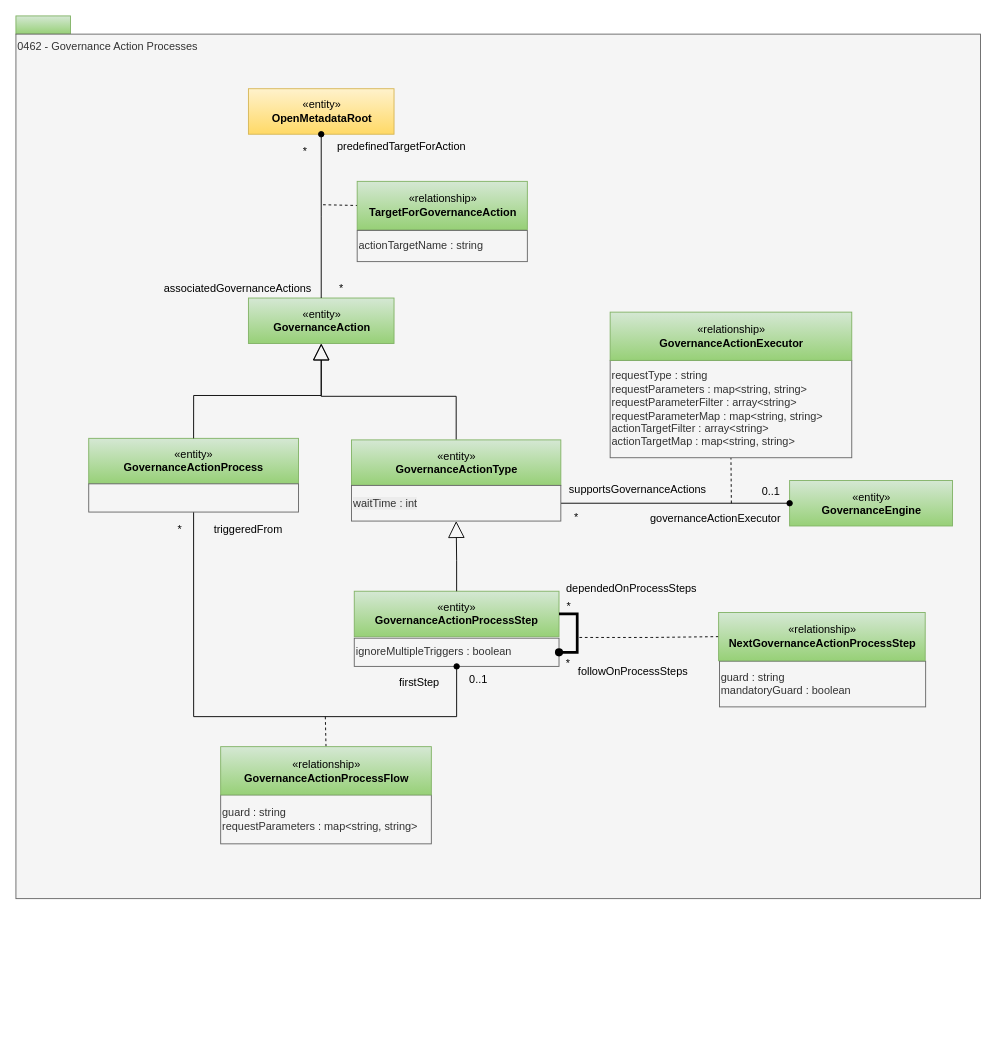
The draw.io diagram page "0462-Governance-Action-Processes" (22 of 30) of site/docs/types/4/area-4-governance.drawio in odpi/egeria-docs, before the edit. Source tidied: cells renumbered, new cells numbered last; positions are measured from the earlier drawing's top-left corner, leaving out a move shared by most shapes. Both pictures are drawn from the tidied source at 91%, with x=0, y=0 at pixel (15, 15).
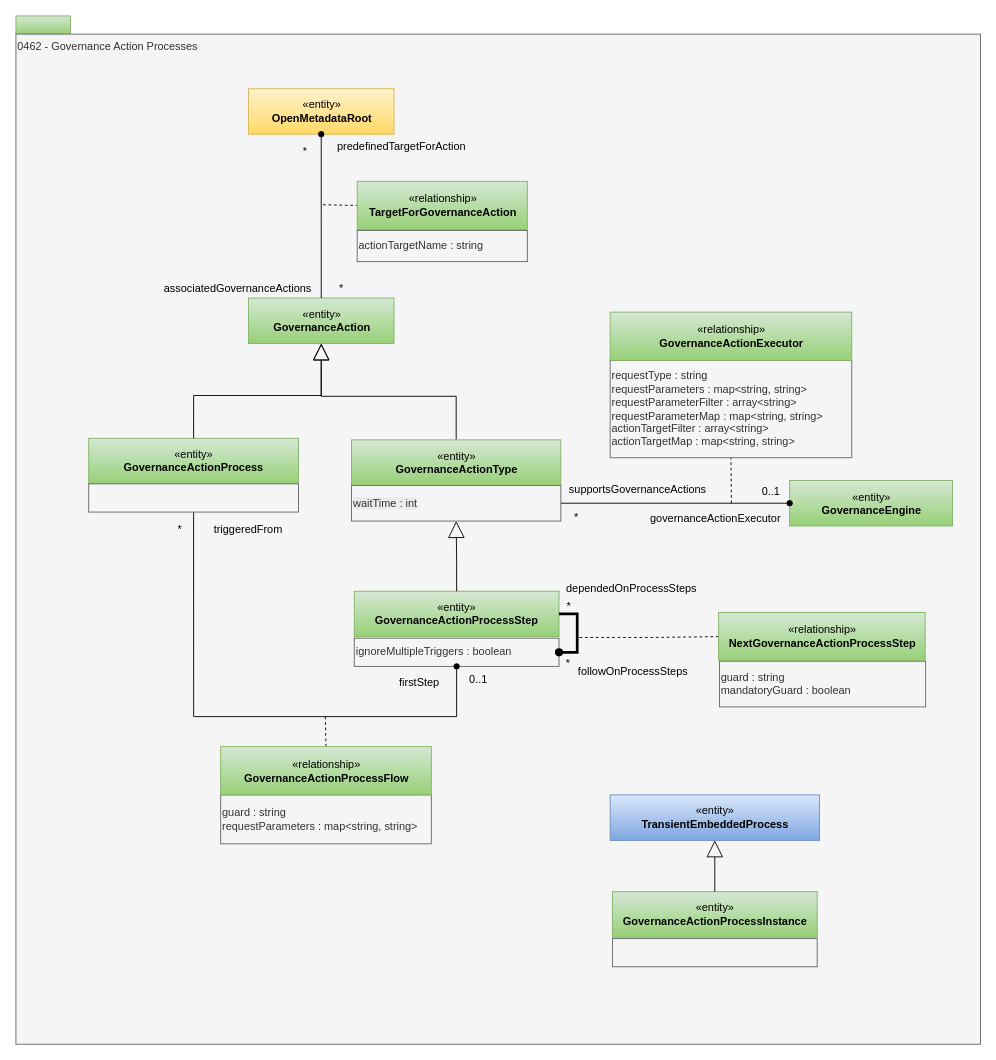
The same page after the edit.

The edit, as a diff of the source:
```diff
@@
     <mxCell id="3" value="0462 - Governance Action Processes" style="rounded=0;html=1;align=left;verticalAlign=top;fillColor=#f5f5f5;fontColor=#333333;strokeColor=#666666;" parent="1" vertex="1">
-      <mxGeometry y="20" width="1060" height="950" as="geometry" />
+      <mxGeometry y="20" width="1060" height="1110" as="geometry" />
     </mxCell>
@@
+    <mxCell id="48" style="rounded=0;whiteSpace=wrap;html=1;strokeColor=#666666;align=left;fillColor=#f5f5f5;fontColor=#333333;" parent="1" vertex="1">
+      <mxGeometry x="655.5" y="1013.9" width="225" height="31" as="geometry" />
+    </mxCell>
+    <mxCell id="49" value="«entity»&lt;br&gt;&lt;b&gt;GovernanceActionProcessInstance&lt;/b&gt;" style="html=1;strokeColor=#82b366;align=center;fillColor=#d5e8d4;gradientColor=#97d077;" parent="1" vertex="1">
+      <mxGeometry x="655.5" y="962.4" width="225" height="50" as="geometry" />
+    </mxCell>
+    <mxCell id="50" value="«entity»&lt;br&gt;&lt;b&gt;TransientEmbeddedProcess&lt;/b&gt;" style="html=1;strokeColor=#6c8ebf;align=center;fillColor=#dae8fc;gradientColor=#7ea6e0;" parent="1" vertex="1">
+      <mxGeometry x="653" y="856" width="230" height="50" as="geometry" />
+    </mxCell>
+    <mxCell id="51" style="edgeStyle=orthogonalEdgeStyle;rounded=0;jettySize=auto;html=1;entryX=0.5;entryY=1;entryDx=0;entryDy=0;endArrow=block;endFill=0;endSize=16;exitX=0.5;exitY=0;exitDx=0;exitDy=0;" parent="1" edge="1" source="49" target="50">
+      <mxGeometry relative="1" as="geometry" />
+    </mxCell>
```
